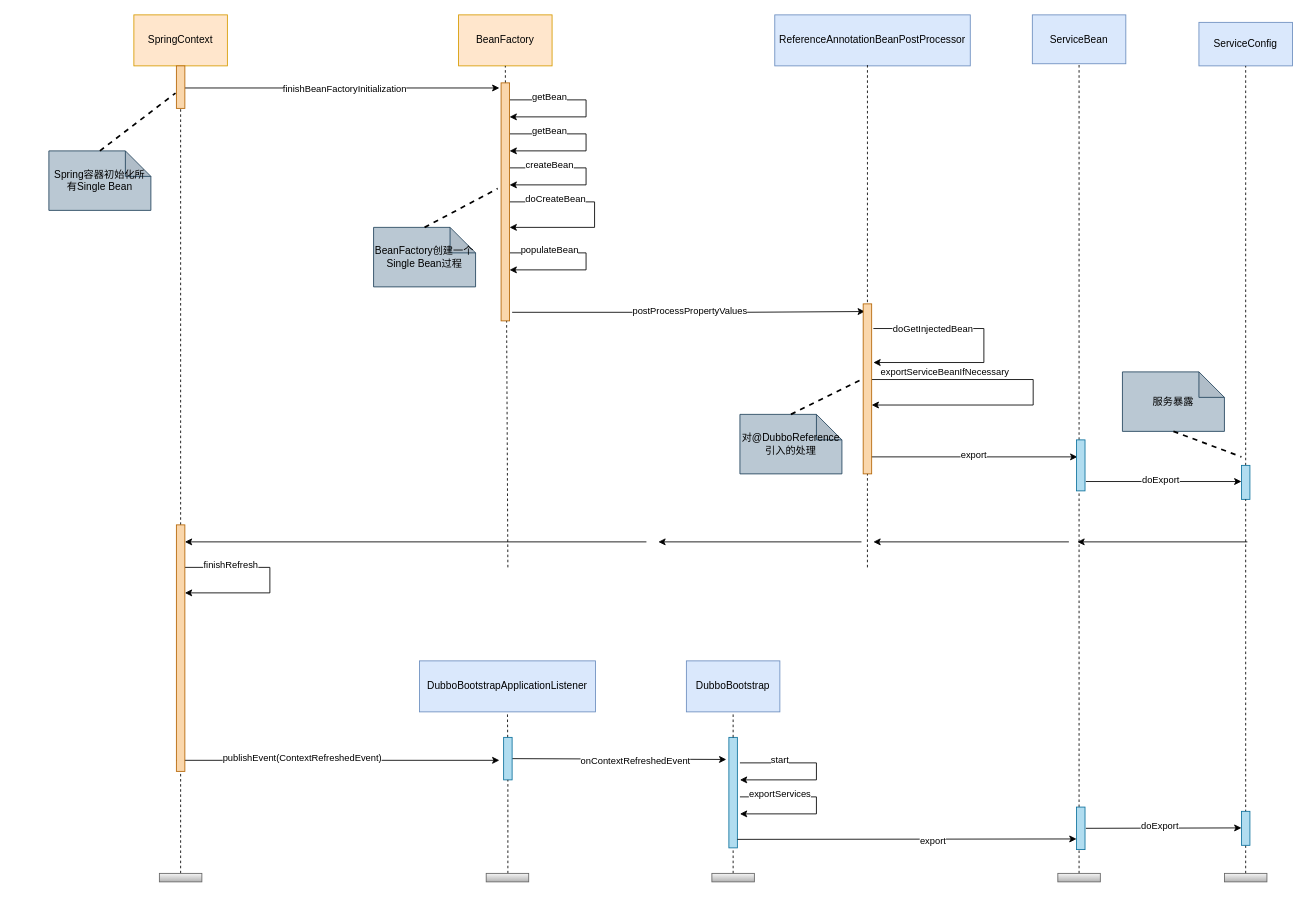
Before: dubbo-study.drawio in fufengchang/draw-diagrams, a draw.io diagram. Source tidied: cells renumbered, new cells numbered last; positions are measured from the earlier drawing's top-left corner, leaving out a move shared by most shapes. Both pictures are drawn from the tidied source at 85%, with x=0, y=0 at pixel (48, 14).
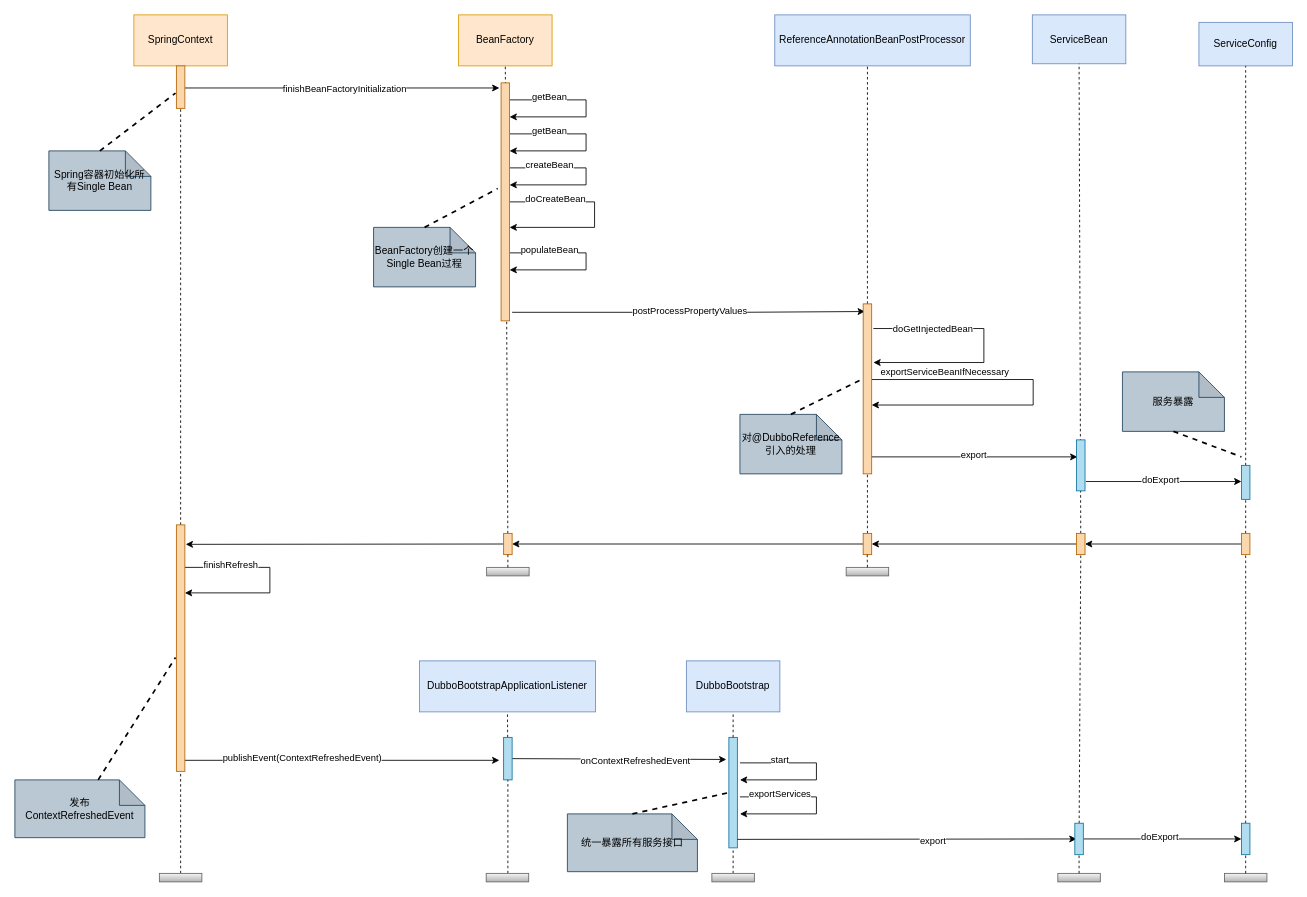
Above is the later version.

Unchanged cells that the change refers to:
```xml
<mxCell id="3" value="ReferenceAnnotationBeanPostProcessor" style="whiteSpace=wrap;html=1;fillColor=#dae8fc;strokeColor=#6c8ebf;" parent="1" vertex="1">
  <mxGeometry x="854" width="230" height="60" as="geometry" />
</mxCell>
<mxCell id="4" value="ServiceBean" style="whiteSpace=wrap;html=1;fillColor=#dae8fc;strokeColor=#6c8ebf;" parent="1" vertex="1">
  <mxGeometry x="1157" width="110" height="57.5" as="geometry" />
</mxCell>
<mxCell id="25" value="BeanFactory" style="whiteSpace=wrap;html=1;fillColor=#ffe6cc;strokeColor=#d79b00;" parent="1" vertex="1">
  <mxGeometry x="482" width="110" height="60" as="geometry" />
</mxCell>
<mxCell id="55" style="rounded=0;whiteSpace=wrap;html=1;fillColor=#b1ddf0;strokeColor=#10739e;" parent="1" vertex="1">
  <mxGeometry x="1403" y="530" width="10" height="40" as="geometry" />
</mxCell>
<mxCell id="74" style="rounded=0;whiteSpace=wrap;html=1;fillColor=#b1ddf0;strokeColor=#10739e;" parent="1" vertex="1">
  <mxGeometry x="800" y="850" width="10" height="130" as="geometry" />
</mxCell>
<mxCell id="75" style="rounded=0;whiteSpace=wrap;html=1;fillColor=#fad7ac;strokeColor=#b46504;" parent="1" vertex="1">
  <mxGeometry x="150" y="600" width="10" height="290" as="geometry" />
</mxCell>
```

The edit, as a diff of the source:
```diff
@@
-    <mxCell id="6" style="endArrow=none;html=1;rounded=0;entryX=0.474;entryY=0.985;entryDx=0;entryDy=0;entryPerimeter=0;dashed=1;" parent="1" edge="1" target="3">
-      <mxGeometry relative="1" as="geometry">
-        <mxPoint x="963" y="650" as="sourcePoint" />
-      </mxGeometry>
+    <mxCell id="6" style="endArrow=none;html=1;rounded=0;entryX=0.474;entryY=0.985;entryDx=0;entryDy=0;entryPerimeter=0;dashed=1;startArrow=none;" parent="1" edge="1" source="104" target="3">
+      <mxGeometry relative="1" as="geometry" />
     </mxCell>
@@
-    <mxCell id="36" style="endArrow=none;html=1;rounded=0;entryX=0.5;entryY=1;entryDx=0;entryDy=0;dashed=1;startArrow=none;" parent="1" edge="1" target="4">
-      <mxGeometry relative="1" as="geometry">
-        <mxPoint x="1212" y="1010" as="sourcePoint" />
-      </mxGeometry>
+    <mxCell id="36" style="endArrow=none;html=1;rounded=0;entryX=0.5;entryY=1;entryDx=0;entryDy=0;dashed=1;startArrow=none;" parent="1" edge="1" source="106" target="4">
+      <mxGeometry relative="1" as="geometry" />
     </mxCell>
-    <mxCell id="37" style="endArrow=none;html=1;rounded=0;entryX=0.5;entryY=1;entryDx=0;entryDy=0;dashed=1;" parent="1" edge="1" target="25">
-      <mxGeometry relative="1" as="geometry">
-        <mxPoint x="540" y="650" as="sourcePoint" />
-      </mxGeometry>
+    <mxCell id="37" style="endArrow=none;html=1;rounded=0;entryX=0.5;entryY=1;entryDx=0;entryDy=0;dashed=1;startArrow=none;" parent="1" edge="1" source="102" target="25">
+      <mxGeometry relative="1" as="geometry" />
     </mxCell>
@@
-    <mxCell id="56" style="endArrow=none;html=1;rounded=0;entryX=0.5;entryY=1;entryDx=0;entryDy=0;dashed=1;" parent="1" edge="1" target="55">
-      <mxGeometry relative="1" as="geometry">
-        <mxPoint x="1408" y="1010" as="sourcePoint" />
-      </mxGeometry>
+    <mxCell id="56" style="endArrow=none;html=1;rounded=0;entryX=0.5;entryY=1;entryDx=0;entryDy=0;dashed=1;startArrow=none;" parent="1" edge="1" source="108" target="55">
+      <mxGeometry relative="1" as="geometry" />
     </mxCell>
@@
-    <mxCell id="62" style="endArrow=classic;html=1;rounded=0;strokeWidth=1;" parent="1" edge="1">
-      <mxGeometry relative="1" as="geometry">
-        <mxPoint x="1410" y="620" as="sourcePoint" />
-        <mxPoint x="1210" y="620" as="targetPoint" />
-      </mxGeometry>
+    <mxCell id="62" style="endArrow=classic;html=1;rounded=0;strokeWidth=1;entryX=1;entryY=0.5;entryDx=0;entryDy=0;exitX=0;exitY=0.5;exitDx=0;exitDy=0;" parent="1" edge="1" source="108" target="106">
+      <mxGeometry relative="1" as="geometry" />
     </mxCell>
-    <mxCell id="63" style="endArrow=classic;html=1;rounded=0;strokeWidth=1;" parent="1" edge="1">
-      <mxGeometry relative="1" as="geometry">
-        <mxPoint x="1200" y="620" as="sourcePoint" />
-        <mxPoint x="970" y="620" as="targetPoint" />
-      </mxGeometry>
+    <mxCell id="63" style="endArrow=classic;html=1;rounded=0;strokeWidth=1;exitX=0;exitY=0.5;exitDx=0;exitDy=0;entryX=1;entryY=0.5;entryDx=0;entryDy=0;" parent="1" edge="1" source="106" target="104">
+      <mxGeometry relative="1" as="geometry" />
     </mxCell>
-    <mxCell id="64" style="endArrow=classic;html=1;rounded=0;strokeWidth=1;" parent="1" edge="1">
-      <mxGeometry relative="1" as="geometry">
-        <mxPoint x="956" y="620" as="sourcePoint" />
-        <mxPoint x="717" y="620" as="targetPoint" />
-      </mxGeometry>
+    <mxCell id="64" style="endArrow=classic;html=1;rounded=0;strokeWidth=1;exitX=0;exitY=0.5;exitDx=0;exitDy=0;entryX=1;entryY=0.5;entryDx=0;entryDy=0;" parent="1" edge="1" source="104" target="102">
+      <mxGeometry relative="1" as="geometry" />
     </mxCell>
-    <mxCell id="65" style="endArrow=classic;html=1;rounded=0;strokeWidth=1;" parent="1" edge="1">
-      <mxGeometry relative="1" as="geometry">
-        <mxPoint x="703" y="620" as="sourcePoint" />
-        <mxPoint x="160" y="620" as="targetPoint" />
-      </mxGeometry>
+    <mxCell id="65" style="endArrow=classic;html=1;rounded=0;strokeWidth=1;exitX=0;exitY=0.5;exitDx=0;exitDy=0;entryX=1.1;entryY=0.079;entryDx=0;entryDy=0;entryPerimeter=0;" parent="1" edge="1" source="102" target="75">
+      <mxGeometry relative="1" as="geometry" />
     </mxCell>
@@
-    <mxCell id="79" style="rounded=0;whiteSpace=wrap;html=1;fillColor=#b1ddf0;strokeColor=#10739e;" parent="1" vertex="1">
-      <mxGeometry x="1209" y="932" width="10" height="50" as="geometry" />
-    </mxCell>
@@
-    <mxCell id="86" style="edgeStyle=none;rounded=0;jettySize=auto;html=1;exitX=1;exitY=0.5;exitDx=0;exitDy=0;strokeWidth=1;entryX=0;entryY=0.75;entryDx=0;entryDy=0;" parent="1" edge="1" target="79">
+    <mxCell id="86" style="edgeStyle=none;rounded=0;orthogonalLoop=1;jettySize=auto;html=1;exitX=1;exitY=0.5;exitDx=0;exitDy=0;strokeWidth=1;entryX=0;entryY=0.75;entryDx=0;entryDy=0;" parent="1" edge="1">
       <mxGeometry relative="1" as="geometry">
         <mxPoint x="810" y="970" as="sourcePoint" />
+        <mxPoint x="1209" y="969.5" as="targetPoint" />
       </mxGeometry>
     </mxCell>
@@
-    <mxCell id="88" style="endArrow=classic;html=1;rounded=0;" parent="1" edge="1">
-      <mxGeometry relative="1" as="geometry">
-        <mxPoint x="1220" y="957" as="sourcePoint" />
-        <mxPoint x="1403" y="956.5" as="targetPoint" />
-      </mxGeometry>
+    <mxCell id="88" style="endArrow=classic;html=1;rounded=0;entryX=0;entryY=0.5;entryDx=0;entryDy=0;exitX=1;exitY=0.5;exitDx=0;exitDy=0;" parent="1" edge="1" source="110" target="112">
+      <mxGeometry relative="1" as="geometry" />
     </mxCell>
@@
-    <mxCell id="90" style="rounded=0;whiteSpace=wrap;html=1;fillColor=#b1ddf0;strokeColor=#10739e;" parent="1" vertex="1">
-      <mxGeometry x="1403" y="937" width="10" height="40" as="geometry" />
-    </mxCell>
@@
+    <mxCell id="96" style="rounded=0;whiteSpace=wrap;html=1;fillColor=#f5f5f5;gradientColor=#b3b3b3;strokeColor=#666666;" parent="1" vertex="1">
+      <mxGeometry x="515" y="650" width="50" height="10" as="geometry" />
+    </mxCell>
+    <mxCell id="97" style="rounded=0;whiteSpace=wrap;html=1;fillColor=#f5f5f5;gradientColor=#b3b3b3;strokeColor=#666666;" parent="1" vertex="1">
+      <mxGeometry x="938" y="650" width="50" height="10" as="geometry" />
+    </mxCell>
+    <mxCell id="98" value="发布ContextRefreshedEvent" style="shape=note;whiteSpace=wrap;html=1;backgroundOutline=1;darkOpacity=0.05;fillColor=#bac8d3;strokeColor=#23445d;" parent="1" vertex="1">
+      <mxGeometry x="-40" y="900" width="153" height="68" as="geometry" />
+    </mxCell>
+    <mxCell id="99" style="endArrow=none;dashed=1;html=1;rounded=0;strokeWidth=2;entryX=-0.1;entryY=0.538;entryDx=0;entryDy=0;entryPerimeter=0;" parent="1" edge="1" source="98" target="75">
+      <mxGeometry relative="1" as="geometry" />
+    </mxCell>
+    <mxCell id="100" value="统一暴露所有服务接口" style="shape=note;whiteSpace=wrap;html=1;backgroundOutline=1;darkOpacity=0.05;fillColor=#bac8d3;strokeColor=#23445d;" parent="1" vertex="1">
+      <mxGeometry x="610" y="940" width="153" height="68" as="geometry" />
+    </mxCell>
+    <mxCell id="101" style="endArrow=none;dashed=1;html=1;rounded=0;strokeWidth=2;entryX=0;entryY=0.5;entryDx=0;entryDy=0;exitX=0.5;exitY=0;exitDx=0;exitDy=0;exitPerimeter=0;" parent="1" edge="1" source="100" target="74">
+      <mxGeometry relative="1" as="geometry" />
+    </mxCell>
+    <mxCell id="102" style="rounded=0;whiteSpace=wrap;html=1;fillColor=#fad7ac;strokeColor=#b46504;" parent="1" vertex="1">
+      <mxGeometry x="535" y="610" width="10" height="25" as="geometry" />
+    </mxCell>
+    <mxCell id="103" style="endArrow=none;html=1;rounded=0;entryX=0.5;entryY=1;entryDx=0;entryDy=0;dashed=1;" parent="1" edge="1" target="102">
+      <mxGeometry relative="1" as="geometry">
+        <mxPoint x="540" y="650" as="sourcePoint" />
+      </mxGeometry>
+    </mxCell>
+    <mxCell id="104" style="rounded=0;whiteSpace=wrap;html=1;fillColor=#fad7ac;strokeColor=#b46504;" parent="1" vertex="1">
+      <mxGeometry x="958" y="610" width="10" height="25" as="geometry" />
+    </mxCell>
+    <mxCell id="105" style="endArrow=none;html=1;rounded=0;entryX=0.474;entryY=0.985;entryDx=0;entryDy=0;entryPerimeter=0;dashed=1;" parent="1" edge="1" target="104">
+      <mxGeometry relative="1" as="geometry">
+        <mxPoint x="963" y="650" as="sourcePoint" />
+      </mxGeometry>
+    </mxCell>
+    <mxCell id="106" style="rounded=0;whiteSpace=wrap;html=1;fillColor=#fad7ac;strokeColor=#b46504;" parent="1" vertex="1">
+      <mxGeometry x="1209" y="610" width="10" height="25" as="geometry" />
+    </mxCell>
+    <mxCell id="107" style="endArrow=none;html=1;rounded=0;entryX=0.5;entryY=1;entryDx=0;entryDy=0;dashed=1;startArrow=none;" parent="1" edge="1" source="110">
+      <mxGeometry relative="1" as="geometry">
+        <mxPoint x="1214" y="635" as="targetPoint" />
+      </mxGeometry>
+    </mxCell>
+    <mxCell id="108" style="rounded=0;whiteSpace=wrap;html=1;fillColor=#fad7ac;strokeColor=#b46504;" parent="1" vertex="1">
+      <mxGeometry x="1403" y="610" width="10" height="25" as="geometry" />
+    </mxCell>
+    <mxCell id="109" style="endArrow=none;html=1;rounded=0;entryX=0.5;entryY=1;entryDx=0;entryDy=0;dashed=1;startArrow=none;" parent="1" edge="1" source="112" target="108">
+      <mxGeometry relative="1" as="geometry" />
+    </mxCell>
+    <mxCell id="110" style="rounded=0;whiteSpace=wrap;html=1;fillColor=#b1ddf0;strokeColor=#10739e;" parent="1" vertex="1">
+      <mxGeometry x="1207" y="951" width="10" height="37" as="geometry" />
+    </mxCell>
+    <mxCell id="111" style="endArrow=none;html=1;rounded=0;entryX=0.5;entryY=1;entryDx=0;entryDy=0;dashed=1;startArrow=none;" parent="1" edge="1" target="110">
+      <mxGeometry relative="1" as="geometry">
+        <mxPoint x="1212" y="1010" as="sourcePoint" />
+      </mxGeometry>
+    </mxCell>
+    <mxCell id="112" style="rounded=0;whiteSpace=wrap;html=1;fillColor=#b1ddf0;strokeColor=#10739e;" parent="1" vertex="1">
+      <mxGeometry x="1403" y="951" width="10" height="37" as="geometry" />
+    </mxCell>
+    <mxCell id="113" style="endArrow=none;html=1;rounded=0;entryX=0.5;entryY=1;entryDx=0;entryDy=0;dashed=1;" parent="1" edge="1" target="112">
+      <mxGeometry relative="1" as="geometry">
+        <mxPoint x="1408" y="1010" as="sourcePoint" />
+      </mxGeometry>
+    </mxCell>
```
